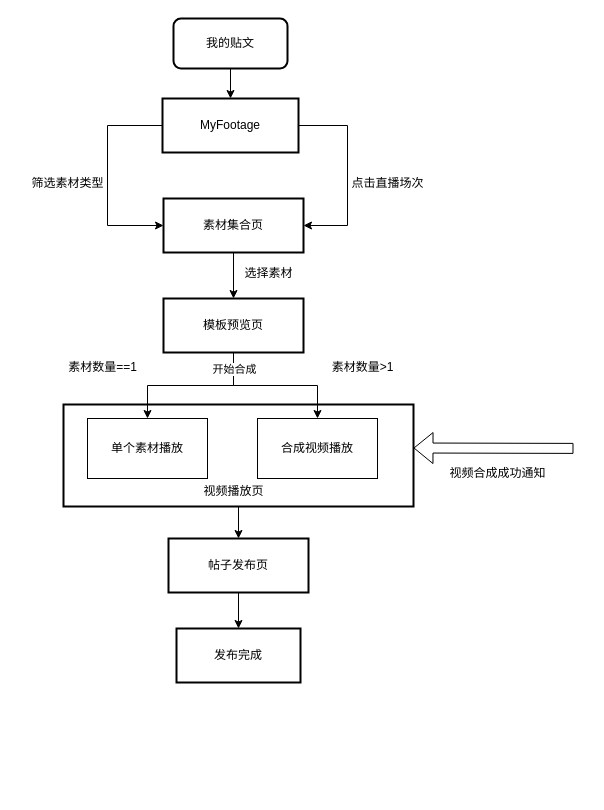
Qdecember/drawIO keeps this draw.io diagram as 直播素材页面流程.drawio. Above is the earlier version. Source tidied: cells renumbered, new cells numbered last; positions are measured from the earlier drawing's top-left corner, leaving out a move shared by most shapes. Both pictures are drawn from the tidied source at 100%, with x=0, y=0 at pixel (17, 18).
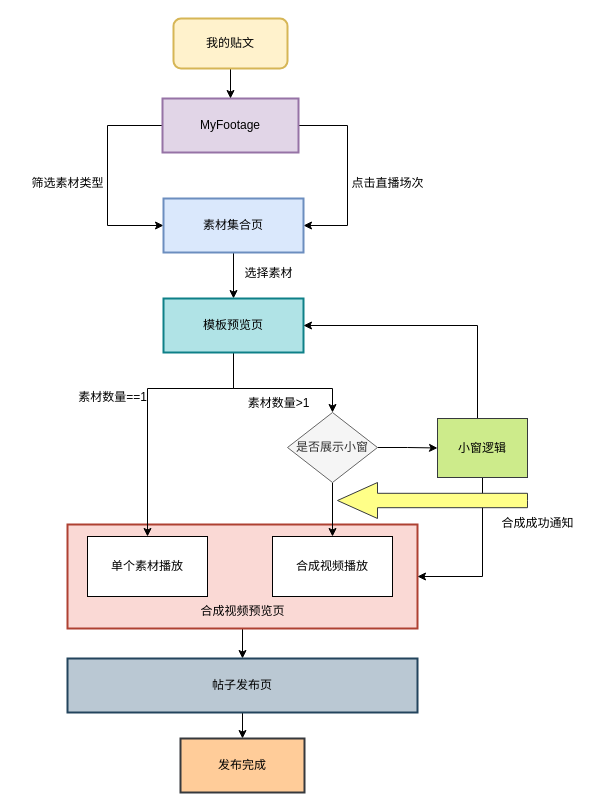
Above is the later version.

Commit message (it also covers changes not shown here):
更新直播素材页面流程.drawio

Change to the diagram source:
```diff
@@
-    <mxCell id="4" value="MyFootage" style="whiteSpace=wrap;strokeWidth=2;" parent="1" vertex="1">
+    <mxCell id="4" value="MyFootage" style="whiteSpace=wrap;strokeWidth=2;fillColor=#e1d5e7;strokeColor=#9673a6;" parent="1" vertex="1">
       <mxGeometry x="145" y="80" width="136" height="54" as="geometry" />
     </mxCell>
@@
-    <mxCell id="6" value="素材集合页" style="whiteSpace=wrap;strokeWidth=2;" parent="1" vertex="1">
+    <mxCell id="6" value="素材集合页" style="whiteSpace=wrap;strokeWidth=2;fillColor=#dae8fc;strokeColor=#6c8ebf;" parent="1" vertex="1">
       <mxGeometry x="146" y="180" width="140" height="54" as="geometry" />
     </mxCell>
@@
-    <mxCell id="8" style="whiteSpace=wrap;strokeWidth=2;" parent="1" vertex="1">
-      <mxGeometry x="46" y="386" width="350" height="102" as="geometry" />
+    <mxCell id="8" style="whiteSpace=wrap;strokeWidth=2;fillColor=#fad9d5;strokeColor=#ae4132;" parent="1" vertex="1">
+      <mxGeometry x="50" y="506" width="350" height="104" as="geometry" />
     </mxCell>
@@
-    <mxCell id="10" value="帖子发布页" style="whiteSpace=wrap;strokeWidth=2;" parent="1" vertex="1">
-      <mxGeometry x="151" y="520" width="140" height="54" as="geometry" />
+    <mxCell id="10" value="帖子发布页" style="whiteSpace=wrap;strokeWidth=2;fillColor=#bac8d3;strokeColor=#23445d;" parent="1" vertex="1">
+      <mxGeometry x="50" y="640" width="350" height="54" as="geometry" />
     </mxCell>
-    <mxCell id="11" value="发布完成" style="whiteSpace=wrap;strokeWidth=2;" parent="1" vertex="1">
-      <mxGeometry x="159" y="610" width="124" height="54" as="geometry" />
+    <mxCell id="11" value="发布完成" style="whiteSpace=wrap;strokeWidth=2;fillColor=#ffcc99;strokeColor=#36393d;" parent="1" vertex="1">
+      <mxGeometry x="163" y="720" width="124" height="54" as="geometry" />
     </mxCell>
@@
-    <mxCell id="14" value="我的贴文" style="rounded=1;whiteSpace=wrap;html=1;strokeWidth=2;" parent="1" vertex="1">
+    <mxCell id="14" value="我的贴文" style="rounded=1;whiteSpace=wrap;html=1;strokeWidth=2;fillColor=#fff2cc;strokeColor=#d6b656;" parent="1" vertex="1">
       <mxGeometry x="156" width="114" height="50" as="geometry" />
     </mxCell>
@@
     <mxCell id="16" style="edgeStyle=orthogonalEdgeStyle;rounded=0;jettySize=auto;html=1;entryX=0.5;entryY=0;entryDx=0;entryDy=0;" parent="1" edge="1" source="19" target="20">
-      <mxGeometry relative="1" as="geometry" />
+      <mxGeometry relative="1" as="geometry">
+        <Array as="points">
+          <mxPoint x="216" y="370" />
+          <mxPoint x="130" y="370" />
+        </Array>
+      </mxGeometry>
     </mxCell>
-    <mxCell id="17" style="edgeStyle=orthogonalEdgeStyle;rounded=0;jettySize=auto;html=1;" parent="1" edge="1" source="19" target="21">
-      <mxGeometry relative="1" as="geometry" />
-    </mxCell>
-    <mxCell id="18" value="开始合成" style="edgeLabel;html=1;align=center;verticalAlign=middle;" parent="17" vertex="1">
-      <mxGeometry x="-0.79" relative="1" as="geometry" />
-    </mxCell>
+    <mxCell id="28" style="edgeStyle=orthogonalEdgeStyle;rounded=0;jettySize=auto;html=1;entryX=0.5;entryY=0;entryDx=0;entryDy=0;" parent="1" edge="1" source="19" target="32">
+      <mxGeometry relative="1" as="geometry">
+        <Array as="points">
+          <mxPoint x="216" y="370" />
+          <mxPoint x="315" y="370" />
+        </Array>
+      </mxGeometry>
+    </mxCell>
-    <mxCell id="19" value="模板预览页" style="whiteSpace=wrap;strokeWidth=2;" parent="1" vertex="1">
+    <mxCell id="19" value="模板预览页" style="whiteSpace=wrap;strokeWidth=2;fillColor=#b0e3e6;strokeColor=#0e8088;" parent="1" vertex="1">
       <mxGeometry x="146" y="280" width="140" height="54" as="geometry" />
     </mxCell>
     <mxCell id="20" value="单个素材播放" style="rounded=0;whiteSpace=wrap;html=1;" parent="1" vertex="1">
-      <mxGeometry x="70" y="400" width="120" height="60" as="geometry" />
+      <mxGeometry x="70" y="518" width="120" height="60" as="geometry" />
     </mxCell>
     <mxCell id="21" value="合成视频播放" style="rounded=0;whiteSpace=wrap;html=1;" parent="1" vertex="1">
-      <mxGeometry x="240" y="400" width="120" height="60" as="geometry" />
+      <mxGeometry x="255" y="518" width="120" height="60" as="geometry" />
     </mxCell>
-    <mxCell id="22" value="视频播放页" style="text;html=1;align=center;verticalAlign=middle;strokeColor=none;fillColor=none;" parent="1" vertex="1">
-      <mxGeometry x="176" y="458" width="80" height="30" as="geometry" />
+    <mxCell id="22" value="合成视频预览页" style="text;html=1;align=center;verticalAlign=middle;strokeColor=none;fillColor=none;" parent="1" vertex="1">
+      <mxGeometry x="170" y="578" width="110" height="30" as="geometry" />
     </mxCell>
     <mxCell id="23" value="素材数量==1" style="text;html=1;align=center;verticalAlign=middle;strokeColor=none;fillColor=none;" parent="1" vertex="1">
-      <mxGeometry x="40" y="334" width="90" height="30" as="geometry" />
+      <mxGeometry x="50" y="364" width="90" height="30" as="geometry" />
     </mxCell>
     <mxCell id="24" value="素材数量&amp;gt;1" style="text;html=1;align=center;verticalAlign=middle;strokeColor=none;fillColor=none;" parent="1" vertex="1">
-      <mxGeometry x="300" y="334" width="90" height="30" as="geometry" />
+      <mxGeometry x="216" y="370" width="90" height="30" as="geometry" />
     </mxCell>
-    <mxCell id="25" style="shape=flexArrow;endArrow=classic;html=1;rounded=0;entryX=1.009;entryY=0.567;entryDx=0;entryDy=0;entryPerimeter=0;" parent="1" edge="1">
-      <mxGeometry relative="1" as="geometry">
-        <mxPoint x="556" y="429.9" as="sourcePoint" />
-        <mxPoint x="396" y="429.5" as="targetPoint" />
-      </mxGeometry>
-    </mxCell>
-    <mxCell id="26" value="视频合成成功通知" style="text;html=1;align=center;verticalAlign=middle;strokeColor=none;fillColor=none;" parent="1" vertex="1">
-      <mxGeometry x="420" y="440" width="120" height="30" as="geometry" />
+    <mxCell id="26" value="合成成功通知" style="text;html=1;align=center;verticalAlign=middle;strokeColor=none;fillColor=none;" parent="1" vertex="1">
+      <mxGeometry x="470" y="490" width="100" height="30" as="geometry" />
     </mxCell>
@@
+    <mxCell id="29" style="edgeStyle=orthogonalEdgeStyle;rounded=0;jettySize=auto;html=1;entryX=0.5;entryY=0;entryDx=0;entryDy=0;" parent="1" edge="1" source="32" target="21">
+      <mxGeometry relative="1" as="geometry" />
+    </mxCell>
+    <mxCell id="30" style="edgeStyle=orthogonalEdgeStyle;rounded=0;jettySize=auto;html=1;entryX=0;entryY=0.5;entryDx=0;entryDy=0;" parent="1" edge="1" source="32" target="34">
+      <mxGeometry relative="1" as="geometry" />
+    </mxCell>
+    <mxCell id="31" style="edgeStyle=orthogonalEdgeStyle;rounded=0;jettySize=auto;html=1;" parent="1" edge="1" source="34">
+      <mxGeometry relative="1" as="geometry">
+        <mxPoint x="400" y="558" as="targetPoint" />
+        <Array as="points">
+          <mxPoint x="465" y="558" />
+        </Array>
+      </mxGeometry>
+    </mxCell>
+    <mxCell id="32" value="是否展示小窗" style="rhombus;whiteSpace=wrap;html=1;fillColor=#f5f5f5;fontColor=#333333;strokeColor=#666666;" parent="1" vertex="1">
+      <mxGeometry x="270" y="394" width="90" height="70" as="geometry" />
+    </mxCell>
+    <mxCell id="33" style="edgeStyle=orthogonalEdgeStyle;rounded=0;jettySize=auto;html=1;entryX=1;entryY=0.5;entryDx=0;entryDy=0;" parent="1" edge="1" source="34" target="19">
+      <mxGeometry relative="1" as="geometry">
+        <Array as="points">
+          <mxPoint x="460" y="307" />
+        </Array>
+      </mxGeometry>
+    </mxCell>
+    <mxCell id="34" value="小窗逻辑" style="rounded=0;whiteSpace=wrap;html=1;fillColor=#cdeb8b;strokeColor=#36393d;" parent="1" vertex="1">
+      <mxGeometry x="420" y="400" width="90" height="59" as="geometry" />
+    </mxCell>
+    <mxCell id="35" style="html=1;shadow=0;dashed=0;align=center;verticalAlign=middle;shape=mxgraph.arrows2.arrow;dy=0.6;dx=40;flipH=1;notch=0;fillColor=#ffff88;strokeColor=#36393d;" parent="1" vertex="1">
+      <mxGeometry x="320" y="464" width="190" height="36" as="geometry" />
+    </mxCell>
```
